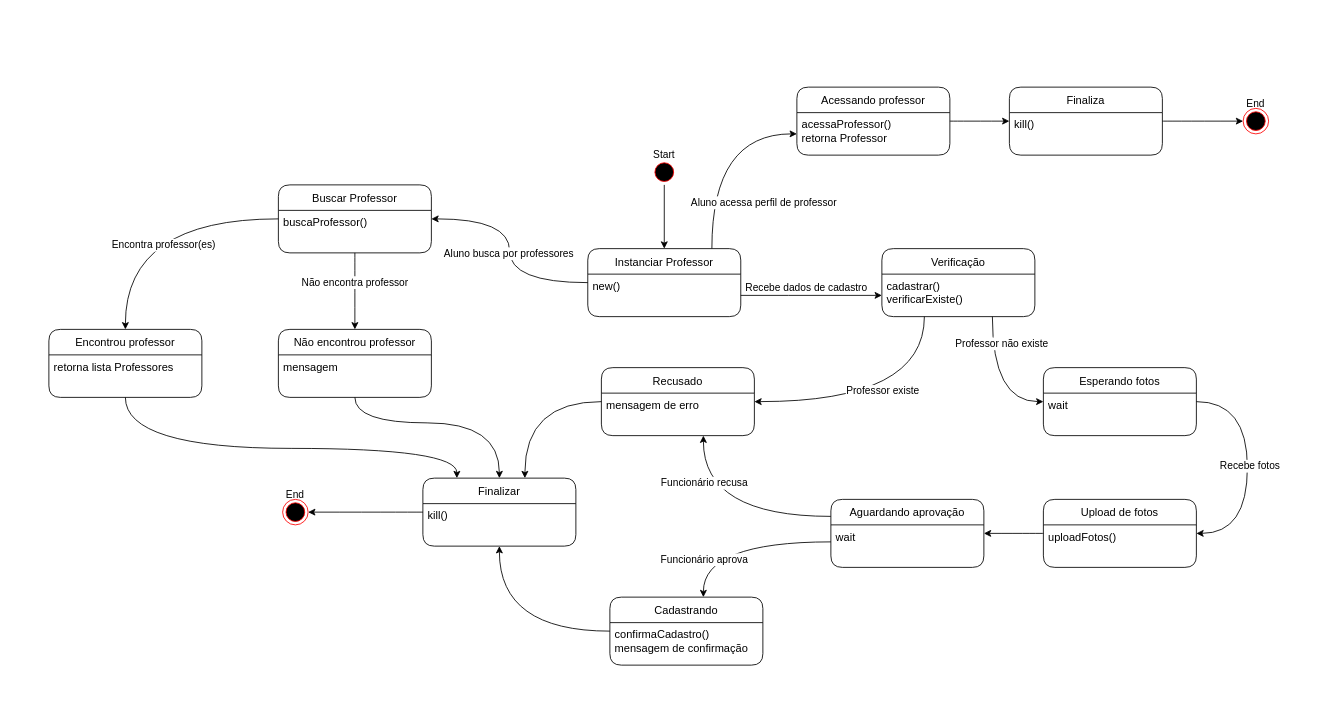
Above: diagramaEstados/EstadosProfessor.drawio in EijiDogen/BrainForHire (draw.io), before the change. Source tidied: cells renumbered, new cells numbered last; positions are measured from the earlier drawing's top-left corner, leaving out a move shared by most shapes. Both pictures are drawn from the tidied source at 85%, with x=0, y=0 at pixel (48, 87).
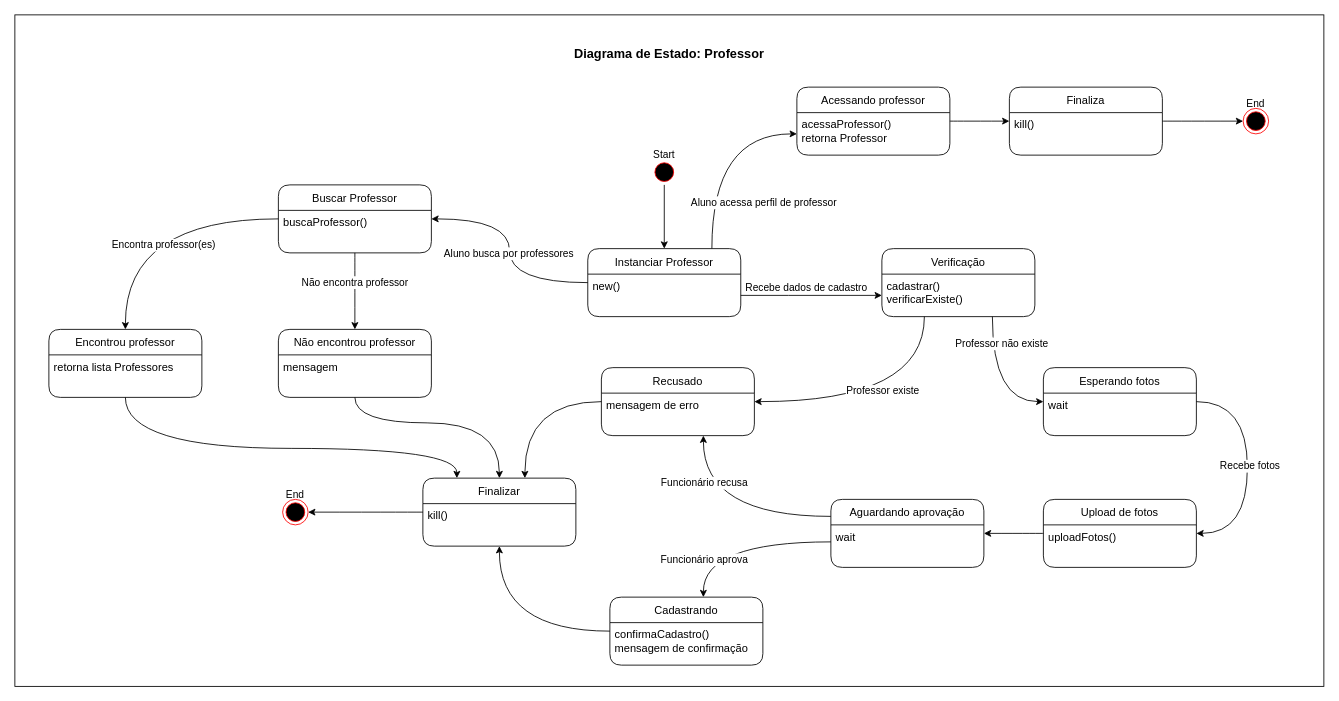
The same page after the edit.

Diff of the diagram source:
```diff
@@
+    <mxCell id="66" parent="0" />
+    <mxCell id="67" style="rounded=0;whiteSpace=wrap;html=1;" parent="66" vertex="1">
+      <mxGeometry x="-40" y="-85" width="1540" height="790" as="geometry" />
+    </mxCell>
+    <mxCell id="68" value="Diagrama de Estado: Professor" style="text;html=1;strokeColor=none;fillColor=none;align=center;verticalAlign=middle;whiteSpace=wrap;rounded=0;fontStyle=1;fontSize=15;" parent="66" vertex="1">
+      <mxGeometry x="565" y="-55" width="330" height="30" as="geometry" />
+    </mxCell>
```
